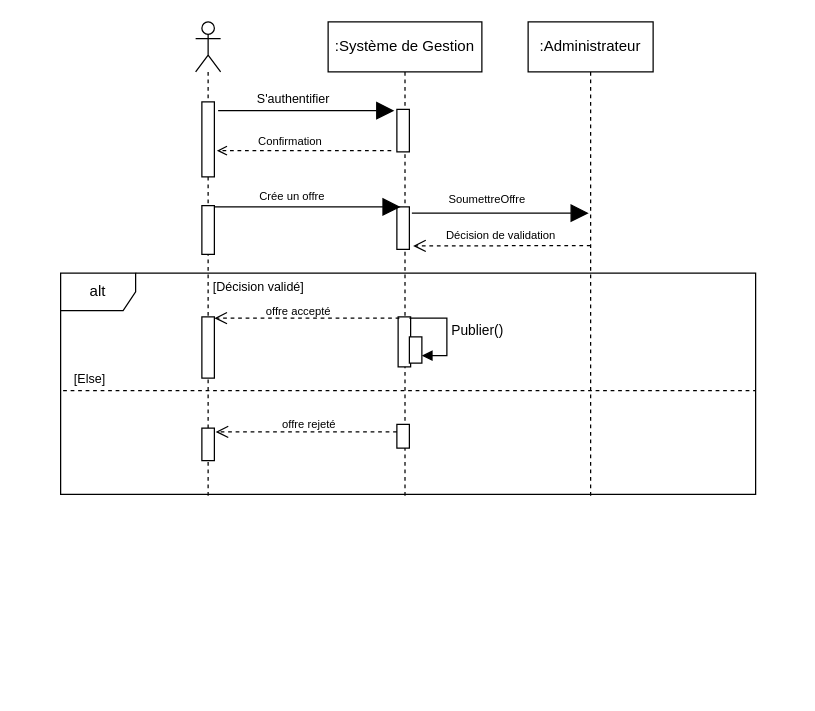
Above: Diagramme sequence4.drawio in louis-fresnel99/TpGasaL1 (draw.io), before the change. Source tidied: cells renumbered, new cells numbered last; positions are measured from the earlier drawing's top-left corner, leaving out a move shared by most shapes. Both pictures are drawn from the tidied source at 125%, with x=0, y=0 at pixel (60, 21).
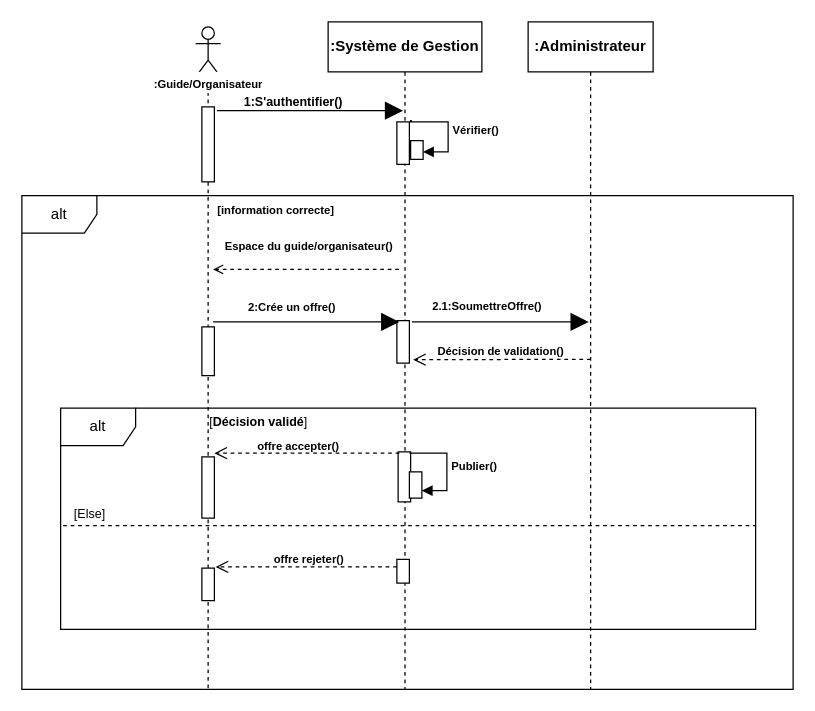
The same page after the edit.

Commit message:
Mettre à jour Diagramme sequence4.drawio

Diff of the diagram source:
```diff
@@
     <mxCell id="2" value="alt" style="shape=umlFrame;whiteSpace=wrap;html=1;labelBorderColor=none;fillColor=light-dark(#FFFFFF,#FFFFFF);fontColor=light-dark(#000000,#000000);strokeColor=light-dark(#000000,#000000);" parent="1" vertex="1">
-      <mxGeometry y="201" width="556" height="177" as="geometry" />
+      <mxGeometry y="309" width="556" height="177" as="geometry" />
     </mxCell>
-    <mxCell id="3" value=":Système de Gestion" style="shape=umlLifeline;perimeter=lifelinePerimeter;whiteSpace=wrap;html=1;newEdgeStyle={&quot;edgeStyle&quot;:&quot;elbowEdgeStyle&quot;,&quot;elbow&quot;:&quot;vertical&quot;,&quot;curved&quot;:0,&quot;rounded&quot;:0};fillColor=light-dark(#FFFFFF, #ffffff);strokeColor=light-dark(#000000,#000000);labelBackgroundColor=none;fontColor=light-dark(#000000,#000000);" parent="1" vertex="1">
-      <mxGeometry x="214" width="123" height="379" as="geometry" />
+    <mxCell id="3" value="&lt;b&gt;:Système de Gestion&lt;/b&gt;" style="shape=umlLifeline;perimeter=lifelinePerimeter;whiteSpace=wrap;html=1;newEdgeStyle={&quot;edgeStyle&quot;:&quot;elbowEdgeStyle&quot;,&quot;elbow&quot;:&quot;vertical&quot;,&quot;curved&quot;:0,&quot;rounded&quot;:0};fillColor=light-dark(#FFFFFF, #ffffff);strokeColor=light-dark(#000000,#000000);labelBackgroundColor=none;fontColor=light-dark(#000000,#000000);" parent="1" vertex="1">
+      <mxGeometry x="214" width="123" height="534" as="geometry" />
     </mxCell>
     <mxCell id="4" style="html=1;perimeter=orthogonalPerimeter;targetShapes=umlLifeline;newEdgeStyle={&quot;curved&quot;:0,&quot;rounded&quot;:0};fillColor=light-dark(#FFFFFF,#FFFFFF);strokeColor=light-dark(#000000,#000000);" parent="3" vertex="1">
-      <mxGeometry x="55" y="70" width="10" height="34" as="geometry" />
+      <mxGeometry x="55" y="80" width="10" height="34" as="geometry" />
     </mxCell>
     <mxCell id="5" style="html=1;perimeter=orthogonalPerimeter;targetShapes=umlLifeline;newEdgeStyle={&quot;curved&quot;:0,&quot;rounded&quot;:0};fillColor=light-dark(#FFFFFF,#FFFFFF);strokeColor=light-dark(#000000,#000000);" parent="3" vertex="1">
-      <mxGeometry x="55" y="148" width="10" height="34" as="geometry" />
+      <mxGeometry x="55" y="239" width="10" height="34" as="geometry" />
     </mxCell>
     <mxCell id="6" style="html=1;perimeter=orthogonalPerimeter;targetShapes=umlLifeline;newEdgeStyle={&quot;curved&quot;:0,&quot;rounded&quot;:0};fillColor=light-dark(#FFFFFF,#FFFFFF);strokeColor=light-dark(#000000,#000000);" parent="3" vertex="1">
-      <mxGeometry x="56" y="236" width="10" height="40" as="geometry" />
+      <mxGeometry x="56" y="344" width="10" height="40" as="geometry" />
     </mxCell>
     <mxCell id="7" style="html=1;perimeter=orthogonalPerimeter;targetShapes=umlLifeline;newEdgeStyle={&quot;curved&quot;:0,&quot;rounded&quot;:0};fillColor=light-dark(#FFFFFF,#FFFFFF);strokeColor=light-dark(#000000,#000000);" parent="3" vertex="1">
-      <mxGeometry x="55" y="322" width="10" height="19" as="geometry" />
+      <mxGeometry x="55" y="430" width="10" height="19" as="geometry" />
     </mxCell>
     <mxCell id="8" style="html=1;perimeter=orthogonalPerimeter;targetShapes=umlLifeline;newEdgeStyle={&quot;curved&quot;:0,&quot;rounded&quot;:0};" parent="3" vertex="1">
-      <mxGeometry x="65" y="252" width="10" height="21" as="geometry" />
+      <mxGeometry x="65" y="360" width="10" height="21" as="geometry" />
     </mxCell>
-    <mxCell id="9" value="Publier()" style="html=1;align=left;spacingLeft=2;endArrow=block;rounded=0;edgeStyle=orthogonalEdgeStyle;curved=0;rounded=0;" parent="3" edge="1">
+    <mxCell id="9" value="&lt;b&gt;&lt;font style=&quot;font-size: 9px;&quot;&gt;Publier()&lt;/font&gt;&lt;/b&gt;" style="html=1;align=left;spacingLeft=2;endArrow=block;rounded=0;edgeStyle=orthogonalEdgeStyle;curved=0;rounded=0;" parent="3" edge="1">
       <mxGeometry relative="1" as="geometry">
-        <mxPoint x="65" y="237" as="sourcePoint" />
-        <mxPoint x="75" y="267" as="targetPoint" />
+        <mxPoint x="65" y="345" as="sourcePoint" />
+        <mxPoint x="75" y="375" as="targetPoint" />
         <Array as="points">
-          <mxPoint x="95" y="267" />
+          <mxPoint x="95" y="375" />
         </Array>
       </mxGeometry>
     </mxCell>
     <mxCell id="10" style="shape=umlLifeline;perimeter=lifelinePerimeter;whiteSpace=wrap;html=1;newEdgeStyle={&quot;curved&quot;:0,&quot;rounded&quot;:0};participant=umlActor;fillColor=light-dark(#FFFFFF,#000000);strokeColor=light-dark(#000000,#000000);" parent="1" vertex="1">
-      <mxGeometry x="108" width="20" height="379" as="geometry" />
+      <mxGeometry x="108" y="4" width="20" height="529" as="geometry" />
     </mxCell>
@@
     <mxCell id="12" style="html=1;perimeter=orthogonalPerimeter;targetShapes=umlLifeline;newEdgeStyle={&quot;curved&quot;:0,&quot;rounded&quot;:0};fillColor=light-dark(#FFFFFF,#FFFFFF);strokeColor=light-dark(#000000,#000000);" parent="10" vertex="1">
-      <mxGeometry x="5" y="147" width="10" height="39" as="geometry" />
+      <mxGeometry x="5" y="240" width="10" height="39" as="geometry" />
     </mxCell>
     <mxCell id="13" style="html=1;perimeter=orthogonalPerimeter;targetShapes=umlLifeline;newEdgeStyle={&quot;curved&quot;:0,&quot;rounded&quot;:0};fillColor=light-dark(#FFFFFF,#FFFFFF);strokeColor=light-dark(#000000,#000000);" parent="10" vertex="1">
-      <mxGeometry x="5" y="236" width="10" height="49" as="geometry" />
+      <mxGeometry x="5" y="344" width="10" height="49" as="geometry" />
     </mxCell>
     <mxCell id="14" style="html=1;perimeter=orthogonalPerimeter;targetShapes=umlLifeline;newEdgeStyle={&quot;curved&quot;:0,&quot;rounded&quot;:0};fillColor=light-dark(#FFFFFF,#FFFFFF);strokeColor=light-dark(#000000,#000000);" parent="10" vertex="1">
-      <mxGeometry x="5" y="325" width="10" height="26" as="geometry" />
+      <mxGeometry x="5" y="433" width="10" height="26" as="geometry" />
     </mxCell>
     <mxCell id="15" style="endArrow=block;endFill=1;endSize=12;html=1;rounded=0;strokeColor=light-dark(#000000,#000000);exitX=1;exitY=0;exitDx=0;exitDy=5;exitPerimeter=0;" parent="1" edge="1">
       <mxGeometry relative="1" as="geometry">
-        <mxPoint x="126" y="71" as="sourcePoint" />
-        <mxPoint x="267" y="71" as="targetPoint" />
+        <mxPoint x="125" y="71" as="sourcePoint" />
+        <mxPoint x="274" y="71" as="targetPoint" />
       </mxGeometry>
     </mxCell>
-    <mxCell id="16" value=":Administrateur" style="shape=umlLifeline;perimeter=lifelinePerimeter;whiteSpace=wrap;html=1;newEdgeStyle={&quot;curved&quot;:0,&quot;rounded&quot;:0};fillColor=light-dark(#FFFFFF,#FFFFFF);fontColor=light-dark(#000000,#000000);strokeColor=light-dark(#000000,#000000);" parent="1" vertex="1">
-      <mxGeometry x="374" width="100" height="379" as="geometry" />
+    <mxCell id="16" value="&lt;b&gt;:Administrateur&lt;/b&gt;" style="shape=umlLifeline;perimeter=lifelinePerimeter;whiteSpace=wrap;html=1;newEdgeStyle={&quot;curved&quot;:0,&quot;rounded&quot;:0};fillColor=light-dark(#FFFFFF,#FFFFFF);fontColor=light-dark(#000000,#000000);strokeColor=light-dark(#000000,#000000);" parent="1" vertex="1">
+      <mxGeometry x="374" width="100" height="534" as="geometry" />
     </mxCell>
-    <mxCell id="17" value="&lt;font size=&quot;1&quot;&gt;S'authentifier&lt;/font&gt;" style="text;html=1;align=center;verticalAlign=middle;whiteSpace=wrap;rounded=0;" parent="1" vertex="1">
-      <mxGeometry x="122" y="50" width="129" height="22" as="geometry" />
+    <mxCell id="17" value="&lt;font size=&quot;1&quot;&gt;&lt;b&gt;1:S'authentifier()&lt;/b&gt;&lt;/font&gt;" style="text;html=1;align=center;verticalAlign=middle;whiteSpace=wrap;rounded=0;" parent="1" vertex="1">
+      <mxGeometry x="122" y="53" width="129" height="22" as="geometry" />
     </mxCell>
-    <mxCell id="18" style="endArrow=open;html=1;rounded=0;strokeColor=light-dark(#000000,#000000);dashed=1;strokeWidth=1;endFill=0;" parent="1" edge="1">
+    <mxCell id="18" style="endArrow=open;html=1;rounded=0;strokeColor=light-dark(#000000,#000000);dashed=1;strokeWidth=1;endFill=0;exitX=1;exitY=1;exitDx=0;exitDy=0;" parent="1" edge="1">
       <mxGeometry relative="1" as="geometry">
-        <mxPoint x="264.5" y="103" as="sourcePoint" />
-        <mxPoint x="125" y="103" as="targetPoint" />
+        <mxPoint x="270.7" y="198" as="sourcePoint" />
+        <mxPoint x="122" y="198" as="targetPoint" />
       </mxGeometry>
     </mxCell>
-    <mxCell id="19" value="&lt;font style=&quot;color: light-dark(rgb(0, 0, 0), rgb(0, 0, 0)); font-size: 9px;&quot;&gt;Confirmation&lt;/font&gt;" style="text;html=1;align=center;verticalAlign=middle;whiteSpace=wrap;rounded=0;" parent="1" vertex="1">
-      <mxGeometry x="124.6" y="84" width="118" height="22" as="geometry" />
+    <mxCell id="19" value="&lt;font style=&quot;color: light-dark(rgb(0, 0, 0), rgb(0, 0, 0)); font-size: 9px;&quot;&gt;&lt;b&gt;[information correcte]&lt;/b&gt;&lt;/font&gt;" style="text;html=1;align=center;verticalAlign=middle;whiteSpace=wrap;rounded=0;" parent="1" vertex="1">
+      <mxGeometry x="103.3" y="139" width="139.4" height="22" as="geometry" />
     </mxCell>
     <mxCell id="20" style="endArrow=block;endFill=1;endSize=12;html=1;rounded=0;strokeColor=light-dark(#000000,#000000);" parent="1" edge="1">
       <mxGeometry relative="1" as="geometry">
-        <mxPoint x="123" y="148" as="sourcePoint" />
-        <mxPoint x="272" y="148" as="targetPoint" />
+        <mxPoint x="122" y="240" as="sourcePoint" />
+        <mxPoint x="271" y="240" as="targetPoint" />
       </mxGeometry>
     </mxCell>
-    <mxCell id="21" value="&lt;font style=&quot;color: light-dark(rgb(0, 0, 0), rgb(0, 0, 0)); font-size: 9px;&quot;&gt;Crée un offre&lt;/font&gt;" style="text;html=1;align=center;verticalAlign=middle;whiteSpace=wrap;rounded=0;" parent="1" vertex="1">
-      <mxGeometry x="127.9" y="130" width="114.7" height="17" as="geometry" />
+    <mxCell id="21" value="&lt;font style=&quot;color: light-dark(rgb(0, 0, 0), rgb(0, 0, 0)); font-size: 9px;&quot;&gt;&lt;b&gt;2:Crée un offre()&lt;/b&gt;&lt;/font&gt;" style="text;html=1;align=center;verticalAlign=middle;whiteSpace=wrap;rounded=0;" parent="1" vertex="1">
+      <mxGeometry x="127.9" y="219" width="114.7" height="17" as="geometry" />
     </mxCell>
     <mxCell id="22" style="html=1;verticalAlign=bottom;endArrow=open;dashed=1;endSize=8;curved=0;rounded=0;strokeColor=light-dark(#000000,#000000);" parent="1" edge="1">
       <mxGeometry relative="1" as="geometry">
-        <mxPoint x="271" y="237" as="sourcePoint" />
-        <mxPoint x="123" y="237" as="targetPoint" />
+        <mxPoint x="271" y="345" as="sourcePoint" />
+        <mxPoint x="123" y="345" as="targetPoint" />
       </mxGeometry>
     </mxCell>
-    <mxCell id="23" value="&lt;font style=&quot;color: light-dark(rgb(0, 0, 0), rgb(0, 0, 0)); font-size: 9px;&quot;&gt;offre accepté&lt;/font&gt;" style="text;html=1;align=center;verticalAlign=middle;whiteSpace=wrap;rounded=0;" parent="1" vertex="1">
-      <mxGeometry x="142.3" y="222" width="97" height="17" as="geometry" />
+    <mxCell id="23" value="&lt;font style=&quot;color: light-dark(rgb(0, 0, 0), rgb(0, 0, 0)); font-size: 9px;&quot;&gt;&lt;b&gt;offre accepter()&lt;/b&gt;&lt;/font&gt;" style="text;html=1;align=center;verticalAlign=middle;whiteSpace=wrap;rounded=0;" parent="1" vertex="1">
+      <mxGeometry x="142.3" y="330" width="97" height="17" as="geometry" />
     </mxCell>
     <mxCell id="24" style="line;strokeWidth=1;fillColor=none;align=left;verticalAlign=middle;spacingTop=-1;spacingLeft=3;spacingRight=3;labelPosition=right;strokeColor=light-dark(#000000,#000000);dashed=1;" parent="1" vertex="1">
-      <mxGeometry x="2" y="291" width="554" height="8" as="geometry" />
+      <mxGeometry x="2" y="399" width="554" height="8" as="geometry" />
     </mxCell>
     <mxCell id="25" value="&lt;font style=&quot;color: light-dark(rgb(0, 0, 0), rgb(0, 0, 0)); font-size: 10px;&quot;&gt;[Else]&amp;nbsp;&lt;/font&gt;" style="text;html=1;align=center;verticalAlign=middle;whiteSpace=wrap;rounded=0;" parent="1" vertex="1">
-      <mxGeometry x="3" y="275" width="44" height="19" as="geometry" />
+      <mxGeometry x="3" y="383" width="44" height="19" as="geometry" />
     </mxCell>
     <mxCell id="26" style="html=1;verticalAlign=bottom;endArrow=open;dashed=1;endSize=8;curved=0;rounded=0;strokeColor=light-dark(#000000,#000000);" parent="1" edge="1">
       <mxGeometry relative="1" as="geometry">
-        <mxPoint x="269" y="328" as="sourcePoint" />
-        <mxPoint x="124" y="328" as="targetPoint" />
+        <mxPoint x="269" y="436" as="sourcePoint" />
+        <mxPoint x="124" y="436" as="targetPoint" />
       </mxGeometry>
     </mxCell>
-    <mxCell id="27" value="&lt;font style=&quot;color: light-dark(rgb(0, 0, 0), rgb(0, 0, 0)); font-size: 9px;&quot;&gt;offre rejeté&lt;/font&gt;" style="text;html=1;align=center;verticalAlign=middle;whiteSpace=wrap;rounded=0;" parent="1" vertex="1">
-      <mxGeometry x="151.6" y="312" width="94.4" height="17" as="geometry" />
+    <mxCell id="27" value="&lt;font style=&quot;color: light-dark(rgb(0, 0, 0), rgb(0, 0, 0)); font-size: 9px;&quot;&gt;&lt;b&gt;offre rejeter()&lt;/b&gt;&lt;/font&gt;" style="text;html=1;align=center;verticalAlign=middle;whiteSpace=wrap;rounded=0;" parent="1" vertex="1">
+      <mxGeometry x="151.6" y="420" width="94.4" height="17" as="geometry" />
     </mxCell>
     <mxCell id="28" style="endArrow=block;endFill=1;endSize=12;html=1;rounded=0;strokeColor=light-dark(#000000,#000000);" parent="1" edge="1">
       <mxGeometry relative="1" as="geometry">
-        <mxPoint x="281" y="153" as="sourcePoint" />
-        <mxPoint x="422.5" y="153" as="targetPoint" />
+        <mxPoint x="281" y="240" as="sourcePoint" />
+        <mxPoint x="422.5" y="240" as="targetPoint" />
       </mxGeometry>
     </mxCell>
-    <mxCell id="29" value="&lt;font style=&quot;font-size: 9px;&quot;&gt;SoumettreOffre&lt;/font&gt;" style="text;html=1;align=center;verticalAlign=middle;whiteSpace=wrap;rounded=0;" parent="1" vertex="1">
-      <mxGeometry x="277" y="129.5" width="129" height="22" as="geometry" />
+    <mxCell id="29" value="&lt;font style=&quot;font-size: 9px;&quot;&gt;&lt;b&gt;2.1:SoumettreOffre()&lt;/b&gt;&lt;/font&gt;" style="text;html=1;align=center;verticalAlign=middle;whiteSpace=wrap;rounded=0;" parent="1" vertex="1">
+      <mxGeometry x="277" y="215.5" width="129" height="22" as="geometry" />
     </mxCell>
-    <mxCell id="30" value="&lt;font style=&quot;font-size: 9px;&quot;&gt;Décision de validation&lt;/font&gt;" style="text;html=1;align=center;verticalAlign=middle;whiteSpace=wrap;rounded=0;" parent="1" vertex="1">
-      <mxGeometry x="288" y="159" width="129" height="22" as="geometry" />
+    <mxCell id="30" value="&lt;font style=&quot;font-size: 9px;&quot;&gt;&lt;b&gt;Décision de validation()&lt;/b&gt;&lt;/font&gt;" style="text;html=1;align=center;verticalAlign=middle;whiteSpace=wrap;rounded=0;" parent="1" vertex="1">
+      <mxGeometry x="288" y="252" width="129" height="22" as="geometry" />
     </mxCell>
     <mxCell id="31" style="html=1;verticalAlign=bottom;endArrow=open;dashed=1;endSize=8;curved=0;rounded=0;strokeColor=light-dark(#000000,#000000);" parent="1" edge="1">
       <mxGeometry relative="1" as="geometry">
-        <mxPoint x="424" y="179" as="sourcePoint" />
-        <mxPoint x="282" y="179.2" as="targetPoint" />
+        <mxPoint x="424" y="270" as="sourcePoint" />
+        <mxPoint x="282" y="270.2" as="targetPoint" />
       </mxGeometry>
     </mxCell>
-    <mxCell id="32" value="&lt;font style=&quot;color: light-dark(rgb(0, 0, 0), rgb(0, 0, 0)); font-size: 10px;&quot;&gt;[Décision validé]&amp;nbsp;&lt;/font&gt;" style="text;html=1;align=center;verticalAlign=middle;whiteSpace=wrap;rounded=0;" parent="1" vertex="1">
-      <mxGeometry x="113" y="202" width="94" height="19" as="geometry" />
+    <mxCell id="32" value="&lt;font style=&quot;color: light-dark(rgb(0, 0, 0), rgb(0, 0, 0)); font-size: 10px;&quot;&gt;[&lt;b&gt;Décision validé&lt;/b&gt;]&amp;nbsp;&lt;/font&gt;" style="text;html=1;align=center;verticalAlign=middle;whiteSpace=wrap;rounded=0;" parent="1" vertex="1">
+      <mxGeometry x="113" y="310" width="94" height="19" as="geometry" />
     </mxCell>
+    <mxCell id="33" value="alt" style="shape=umlFrame;whiteSpace=wrap;html=1;" parent="1" vertex="1">
+      <mxGeometry x="-31" y="139" width="617" height="395" as="geometry" />
+    </mxCell>
+    <mxCell id="34" style="html=1;perimeter=orthogonalPerimeter;targetShapes=umlLifeline;newEdgeStyle={&quot;curved&quot;:0,&quot;rounded&quot;:0};" parent="1" vertex="1">
+      <mxGeometry x="280" y="95" width="10" height="15" as="geometry" />
+    </mxCell>
+    <mxCell id="35" value="&lt;b&gt;&lt;font style=&quot;font-size: 9px;&quot;&gt;Vérifier()&lt;/font&gt;&lt;/b&gt;" style="html=1;align=left;spacingLeft=2;endArrow=block;rounded=0;edgeStyle=orthogonalEdgeStyle;curved=0;rounded=0;" parent="1" edge="1">
+      <mxGeometry relative="1" as="geometry">
+        <mxPoint x="281" y="79" as="sourcePoint" />
+        <mxPoint x="290" y="104" as="targetPoint" />
+        <Array as="points">
+          <mxPoint x="280" y="79" />
+          <mxPoint x="280" y="80" />
+          <mxPoint x="310" y="80" />
+          <mxPoint x="310" y="104" />
+        </Array>
+      </mxGeometry>
+    </mxCell>
+    <mxCell id="36" value="&lt;font style=&quot;font-size: 9px;&quot;&gt;&lt;b&gt;Espace du guide/organisateur()&lt;/b&gt;&lt;/font&gt;" style="text;html=1;align=center;verticalAlign=middle;whiteSpace=wrap;rounded=0;" parent="1" vertex="1">
+      <mxGeometry x="123" y="168" width="151.7" height="22" as="geometry" />
+    </mxCell>
+    <mxCell id="37" value="&lt;font style=&quot;font-size: 9px;&quot;&gt;&lt;b&gt;:Guide/Organisateur&lt;/b&gt;&lt;/font&gt;" style="text;html=1;align=center;verticalAlign=middle;whiteSpace=wrap;rounded=0;fillColor=#FFFFFF;" parent="1" vertex="1">
+      <mxGeometry x="88" y="40" width="61" height="17" as="geometry" />
+    </mxCell>
```
